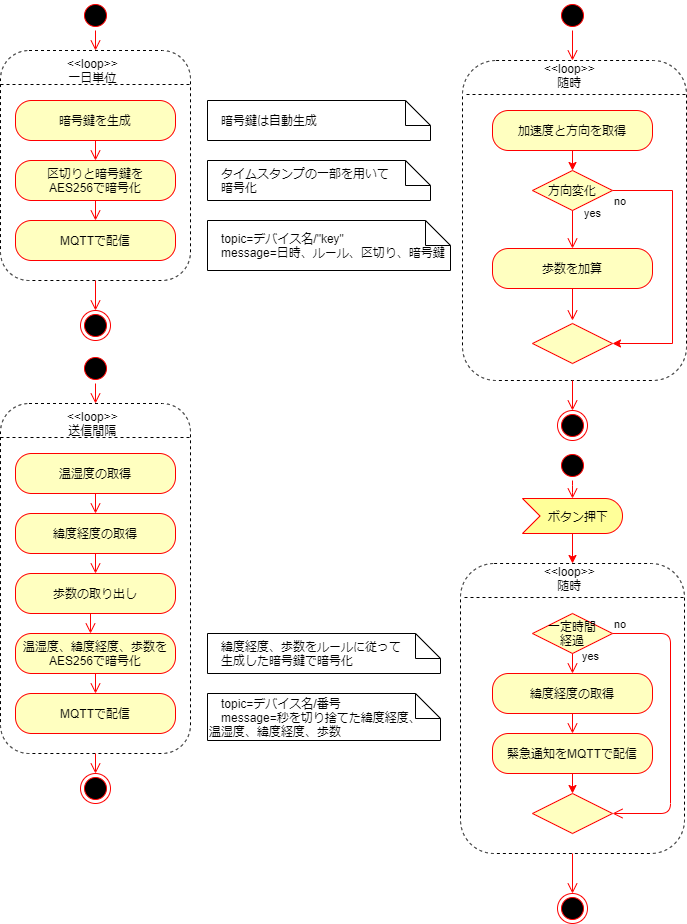
Above: GPSトラッカーアクティビティ.png in giangdolqa/GpsTrackerContactApp (draw.io), before the change. Source tidied: cells renumbered, new cells last; positions are measured from the earlier drawing's top-left corner, leaving out a move shared by most shapes.
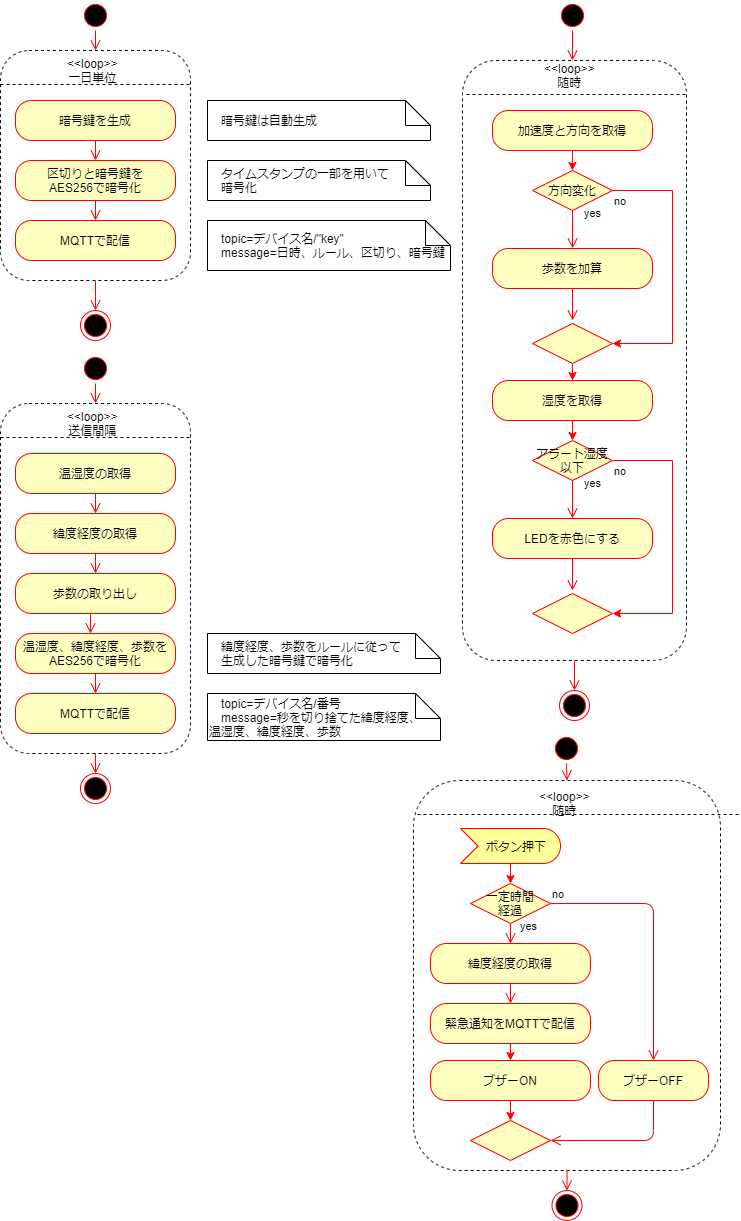
After the commit.

Diff of the diagram source:
```diff
@@ -3,10 +3,10 @@
     <mxCell id="0" />
     <mxCell id="1" parent="0" />
     <mxCell id="2" style="rounded=1;whiteSpace=wrap;html=1;labelBackgroundColor=none;fontColor=#FFFFFF;align=left;fillColor=none;dashed=1;" parent="1" vertex="1">
-      <mxGeometry x="460" y="563" width="224" height="290" as="geometry" />
+      <mxGeometry x="413" y="780" width="307" height="390" as="geometry" />
     </mxCell>
     <mxCell id="3" style="rounded=1;whiteSpace=wrap;html=1;labelBackgroundColor=none;fontColor=#FFFFFF;align=left;fillColor=none;dashed=1;" parent="1" vertex="1">
-      <mxGeometry x="462" y="60" width="224" height="320" as="geometry" />
+      <mxGeometry x="462" y="60" width="224" height="600" as="geometry" />
     </mxCell>
     <mxCell id="4" style="rounded=1;whiteSpace=wrap;html=1;labelBackgroundColor=none;fontColor=#FFFFFF;align=left;fillColor=none;dashed=1;" parent="1" vertex="1">
       <mxGeometry y="403" width="190" height="350" as="geometry" />
@@ -59,13 +59,8 @@
     <mxCell id="19" value="&lt;div style=&quot;text-align: center&quot;&gt;&amp;lt;&amp;lt;loop&amp;gt;&amp;gt;&lt;/div&gt;&lt;div style=&quot;text-align: center&quot;&gt;送信間隔&lt;/div&gt;" style="text;whiteSpace=wrap;html=1;fontColor=#000000;" parent="1" vertex="1">
       <mxGeometry x="65" y="403" width="60" height="30" as="geometry" />
     </mxCell>
-    <mxCell id="20" style="edgeStyle=orthogonalEdgeStyle;html=1;verticalAlign=bottom;endArrow=open;endSize=8;strokeColor=#ff0000;entryX=0.5;entryY=0;entryDx=0;entryDy=0;" parent="1" edge="1" target="24">
-      <mxGeometry relative="1" as="geometry">
-        <mxPoint x="572" y="380" as="sourcePoint" />
-        <Array as="points">
-          <mxPoint x="572" y="380" />
-        </Array>
-      </mxGeometry>
+    <mxCell id="20" style="html=1;verticalAlign=bottom;endArrow=open;endSize=8;strokeColor=#ff0000;entryX=0.5;entryY=0;entryDx=0;entryDy=0;exitX=0.5;exitY=1;exitDx=0;exitDy=0;" parent="1" edge="1" source="3" target="24">
+      <mxGeometry relative="1" as="geometry" />
     </mxCell>
     <mxCell id="21" style="edgeStyle=orthogonalEdgeStyle;rounded=0;jettySize=auto;html=1;exitX=1;exitY=0.5;exitDx=0;exitDy=0;strokeColor=#FF0000;fontColor=#000000;entryX=1;entryY=0.5;entryDx=0;entryDy=0;" parent="1" edge="1" source="37" target="39">
       <mxGeometry relative="1" as="geometry">
@@ -82,35 +77,30 @@
       <mxGeometry relative="1" as="geometry" />
     </mxCell>
     <mxCell id="24" style="ellipse;html=1;shape=endState;fillColor=#000000;strokeColor=#ff0000;labelBackgroundColor=none;fontColor=#FFFFFF;align=left;" parent="1" vertex="1">
-      <mxGeometry x="557" y="410" width="30" height="30" as="geometry" />
+      <mxGeometry x="559" y="690" width="30" height="30" as="geometry" />
     </mxCell>
     <mxCell id="25" style="ellipse;html=1;shape=startState;fillColor=#000000;strokeColor=#ff0000;" parent="1" vertex="1">
-      <mxGeometry x="557" y="450" width="30" height="30" as="geometry" />
+      <mxGeometry x="551" y="733" width="30" height="30" as="geometry" />
     </mxCell>
-    <mxCell id="26" style="edgeStyle=orthogonalEdgeStyle;html=1;verticalAlign=bottom;endArrow=open;endSize=8;strokeColor=#ff0000;exitX=0.5;exitY=1;exitDx=0;exitDy=0;" parent="1" edge="1" source="25" target="28">
+    <mxCell id="26" style="html=1;verticalAlign=bottom;endArrow=open;endSize=8;strokeColor=#ff0000;exitX=0.5;exitY=1;exitDx=0;exitDy=0;entryX=0.5;entryY=0;entryDx=0;entryDy=0;" parent="1" edge="1" source="25" target="2">
       <mxGeometry relative="1" as="geometry" />
     </mxCell>
-    <mxCell id="27" style="edgeStyle=orthogonalEdgeStyle;rounded=0;jettySize=auto;html=1;exitX=0;exitY=0;exitDx=41.25;exitDy=35;exitPerimeter=0;strokeColor=#FF0000;fontColor=#000000;entryX=0.5;entryY=0;entryDx=0;entryDy=0;" parent="1" edge="1" source="28" target="2">
-      <mxGeometry relative="1" as="geometry">
-        <Array as="points">
-          <mxPoint x="572" y="533" />
-        </Array>
-      </mxGeometry>
+    <mxCell id="27" style="rounded=0;jettySize=auto;html=1;strokeColor=#FF0000;fontColor=#000000;" parent="1" edge="1" source="28" target="30">
+      <mxGeometry relative="1" as="geometry" />
     </mxCell>
     <mxCell id="28" value="&lt;font color=&quot;#000000&quot;&gt;ボタン押下　&lt;/font&gt;" style="html=1;outlineConnect=0;whiteSpace=wrap;fillColor=#ffff99;shape=mxgraph.archimate3.event;align=right;strokeColor=#FF0000;" parent="1" vertex="1">
-      <mxGeometry x="522" y="498" width="100" height="35" as="geometry" />
+      <mxGeometry x="460" y="828" width="100" height="35" as="geometry" />
     </mxCell>
     <mxCell id="29" style="edgeStyle=orthogonalEdgeStyle;html=1;verticalAlign=bottom;endArrow=open;endSize=8;strokeColor=#ff0000;exitX=0.5;exitY=1;exitDx=0;exitDy=0;" parent="1" edge="1" source="46" target="48">
       <mxGeometry relative="1" as="geometry" />
     </mxCell>
     <mxCell id="30" value="一定時間&lt;br&gt;経過" style="rhombus;whiteSpace=wrap;html=1;fillColor=#ffffc0;strokeColor=#ff0000;align=center;fontColor=#000000;" parent="1" vertex="1">
-      <mxGeometry x="532" y="613" width="80" height="40" as="geometry" />
+      <mxGeometry x="470" y="883" width="80" height="40" as="geometry" />
     </mxCell>
-    <mxCell id="31" value="no" style="edgeStyle=orthogonalEdgeStyle;html=1;align=left;verticalAlign=bottom;endArrow=open;endSize=8;strokeColor=#ff0000;entryX=1;entryY=0.5;entryDx=0;entryDy=0;" parent="1" edge="1" source="30" target="49">
+    <mxCell id="31" value="no" style="edgeStyle=orthogonalEdgeStyle;html=1;align=left;verticalAlign=bottom;endArrow=open;endSize=8;strokeColor=#ff0000;entryX=0.5;entryY=0;entryDx=0;entryDy=0;" parent="1" edge="1" source="30" target="78">
       <mxGeometry x="-1" relative="1" as="geometry">
         <Array as="points">
-          <mxPoint x="670" y="633" />
-          <mxPoint x="670" y="813" />
+          <mxPoint x="653" y="903" />
         </Array>
       </mxGeometry>
     </mxCell>
@@ -140,6 +130,9 @@
         <mxPoint x="-4" y="-10" as="offset" />
       </mxGeometry>
     </mxCell>
+    <mxCell id="67" style="edgeStyle=none;rounded=0;jettySize=auto;html=1;exitX=0.5;exitY=1;exitDx=0;exitDy=0;entryX=0.5;entryY=0;entryDx=0;entryDy=0;strokeColor=#FF0000;" parent="1" edge="1" source="39" target="70">
+      <mxGeometry relative="1" as="geometry" />
+    </mxCell>
     <mxCell id="39" style="rhombus;whiteSpace=wrap;html=1;fillColor=#ffffc0;strokeColor=#ff0000;fontColor=#000000;" parent="1" vertex="1">
       <mxGeometry x="532" y="323" width="80" height="40" as="geometry" />
     </mxCell>
@@ -153,28 +146,30 @@
       </mxGeometry>
     </mxCell>
     <mxCell id="42" value="&lt;div style=&quot;text-align: center&quot;&gt;&amp;lt;&amp;lt;loop&amp;gt;&amp;gt;&lt;/div&gt;&lt;div style=&quot;text-align: center&quot;&gt;随時&lt;/div&gt;" style="text;whiteSpace=wrap;html=1;labelBackgroundColor=none;fontColor=#000000;verticalAlign=middle;" parent="1" vertex="1">
-      <mxGeometry x="542" y="563" width="60" height="30" as="geometry" />
+      <mxGeometry x="536.5" y="788" width="60" height="30" as="geometry" />
     </mxCell>
     <mxCell id="43" style="line;strokeWidth=1;fillColor=none;align=left;verticalAlign=middle;spacingTop=-1;spacingLeft=3;spacingRight=3;labelPosition=right;dashed=1;labelBackgroundColor=none;fontColor=#FFFFFF;" parent="1" vertex="1">
-      <mxGeometry x="464" y="593" width="220" height="8" as="geometry" />
+      <mxGeometry x="417" y="810" width="323" height="8" as="geometry" />
     </mxCell>
-    <mxCell id="44" style="edgeStyle=orthogonalEdgeStyle;html=1;verticalAlign=bottom;endArrow=open;endSize=8;strokeColor=#ff0000;entryX=0.5;entryY=0;entryDx=0;entryDy=0;" parent="1" edge="1" source="2" target="45">
+    <mxCell id="44" style="html=1;verticalAlign=bottom;endArrow=open;endSize=8;strokeColor=#ff0000;entryX=0.5;entryY=0;entryDx=0;entryDy=0;exitX=0.5;exitY=1;exitDx=0;exitDy=0;" parent="1" edge="1" source="2" target="45">
       <mxGeometry relative="1" as="geometry" />
     </mxCell>
     <mxCell id="45" style="ellipse;html=1;shape=endState;fillColor=#000000;strokeColor=#ff0000;labelBackgroundColor=none;fontColor=#FFFFFF;align=left;" parent="1" vertex="1">
-      <mxGeometry x="557" y="893" width="30" height="30" as="geometry" />
+      <mxGeometry x="551.5" y="1190" width="30" height="30" as="geometry" />
     </mxCell>
     <mxCell id="46" value="緯度経度の取得" style="rounded=1;whiteSpace=wrap;html=1;arcSize=40;fontColor=#000000;fillColor=#ffffc0;strokeColor=#ff0000;" parent="1" vertex="1">
-      <mxGeometry x="492" y="673" width="160" height="40" as="geometry" />
+      <mxGeometry x="430" y="943" width="160" height="40" as="geometry" />
     </mxCell>
-    <mxCell id="47" style="edgeStyle=orthogonalEdgeStyle;rounded=0;jettySize=auto;html=1;exitX=0.5;exitY=1;exitDx=0;exitDy=0;entryX=0.5;entryY=0;entryDx=0;entryDy=0;strokeColor=#FF0000;fontColor=#000000;" parent="1" edge="1" source="48" target="49">
-      <mxGeometry relative="1" as="geometry" />
+    <mxCell id="47" style="edgeStyle=orthogonalEdgeStyle;rounded=0;jettySize=auto;html=1;exitX=0.5;exitY=1;exitDx=0;exitDy=0;strokeColor=#FF0000;fontColor=#000000;" parent="1" edge="1" source="48">
+      <mxGeometry relative="1" as="geometry">
+        <mxPoint x="510" y="1060" as="targetPoint" />
+      </mxGeometry>
     </mxCell>
     <mxCell id="48" value="緊急通知をMQTTで配信" style="rounded=1;whiteSpace=wrap;html=1;arcSize=40;fontColor=#000000;fillColor=#ffffc0;strokeColor=#ff0000;" parent="1" vertex="1">
-      <mxGeometry x="492" y="733" width="160" height="40" as="geometry" />
+      <mxGeometry x="430" y="1003" width="160" height="40" as="geometry" />
     </mxCell>
     <mxCell id="49" style="rhombus;whiteSpace=wrap;html=1;fillColor=#ffffc0;strokeColor=#ff0000;fontColor=#000000;" parent="1" vertex="1">
-      <mxGeometry x="532" y="793" width="80" height="40" as="geometry" />
+      <mxGeometry x="470" y="1120" width="80" height="40" as="geometry" />
     </mxCell>
     <mxCell id="50" value="　topic=デバイス名/番号&lt;br&gt;　message=秒を切り捨てた緯度経度、&lt;br&gt;温湿度、緯度経度、歩数" style="shape=note2;boundedLbl=1;whiteSpace=wrap;html=1;size=25;verticalAlign=middle;align=left;labelBackgroundColor=none;fontColor=#000000;fillColor=none;" parent="1" vertex="1">
       <mxGeometry x="207" y="693" width="233" height="47" as="geometry" />
@@ -229,5 +224,52 @@
     <mxCell id="66" value="　タイムスタンプの一部を用いて&lt;br&gt;　暗号化" style="shape=note2;boundedLbl=1;whiteSpace=wrap;html=1;size=25;verticalAlign=middle;align=left;labelBackgroundColor=none;fontColor=#000000;fillColor=none;" parent="1" vertex="1">
       <mxGeometry x="207" y="160" width="223" height="40" as="geometry" />
     </mxCell>
+    <mxCell id="68" style="edgeStyle=orthogonalEdgeStyle;rounded=0;jettySize=auto;html=1;exitX=1;exitY=0.5;exitDx=0;exitDy=0;strokeColor=#FF0000;fontColor=#000000;entryX=1;entryY=0.5;entryDx=0;entryDy=0;" parent="1" edge="1" source="71" target="73">
+      <mxGeometry relative="1" as="geometry">
+        <Array as="points">
+          <mxPoint x="672" y="460" />
+          <mxPoint x="672" y="613" />
+        </Array>
+      </mxGeometry>
+    </mxCell>
+    <mxCell id="69" style="edgeStyle=orthogonalEdgeStyle;rounded=0;jettySize=auto;html=1;exitX=0.5;exitY=1;exitDx=0;exitDy=0;entryX=0.5;entryY=0;entryDx=0;entryDy=0;fontColor=#000000;strokeColor=#FF0000;" parent="1" edge="1" source="70" target="71">
+      <mxGeometry relative="1" as="geometry" />
+    </mxCell>
+    <mxCell id="70" value="湿度を取得" style="rounded=1;whiteSpace=wrap;html=1;arcSize=40;fontColor=#000000;fillColor=#ffffc0;strokeColor=#ff0000;" parent="1" vertex="1">
+      <mxGeometry x="492" y="380" width="160" height="40" as="geometry" />
+    </mxCell>
+    <mxCell id="71" value="アラート湿度以下" style="rhombus;whiteSpace=wrap;html=1;fillColor=#ffffc0;strokeColor=#ff0000;fontColor=#000000;" parent="1" vertex="1">
+      <mxGeometry x="532" y="440" width="80" height="40" as="geometry" />
+    </mxCell>
+    <mxCell id="72" value="yes" style="edgeStyle=orthogonalEdgeStyle;html=1;align=left;verticalAlign=top;endArrow=open;endSize=8;strokeColor=#ff0000;entryX=0.5;entryY=0;entryDx=0;entryDy=0;" parent="1" edge="1" target="74">
+      <mxGeometry x="-1" y="14" relative="1" as="geometry">
+        <mxPoint x="572" y="480" as="sourcePoint" />
+        <mxPoint x="-4" y="-10" as="offset" />
+      </mxGeometry>
+    </mxCell>
+    <mxCell id="73" style="rhombus;whiteSpace=wrap;html=1;fillColor=#ffffc0;strokeColor=#ff0000;fontColor=#000000;" parent="1" vertex="1">
+      <mxGeometry x="532" y="593" width="80" height="40" as="geometry" />
+    </mxCell>
+    <mxCell id="74" value="LEDを赤色にする" style="rounded=1;whiteSpace=wrap;html=1;arcSize=40;fontColor=#000000;fillColor=#ffffc0;strokeColor=#ff0000;" parent="1" vertex="1">
+      <mxGeometry x="492" y="518" width="160" height="40" as="geometry" />
+    </mxCell>
+    <mxCell id="75" value="no" style="edgeStyle=orthogonalEdgeStyle;html=1;align=left;verticalAlign=bottom;endArrow=open;endSize=8;strokeColor=#ff0000;exitX=0.5;exitY=1;exitDx=0;exitDy=0;" parent="1" edge="1" source="74">
+      <mxGeometry x="-1" y="88" relative="1" as="geometry">
+        <mxPoint x="572" y="590" as="targetPoint" />
+        <mxPoint x="-48" y="-78" as="offset" />
+      </mxGeometry>
+    </mxCell>
+    <mxCell id="76" style="edgeStyle=none;rounded=0;jettySize=auto;html=1;exitX=0.5;exitY=1;exitDx=0;exitDy=0;entryX=0.5;entryY=0;entryDx=0;entryDy=0;strokeColor=#FF0000;" parent="1" edge="1" source="77" target="49">
+      <mxGeometry relative="1" as="geometry" />
+    </mxCell>
+    <mxCell id="77" value="ブザーON" style="rounded=1;whiteSpace=wrap;html=1;arcSize=40;fontColor=#000000;fillColor=#ffffc0;strokeColor=#ff0000;" parent="1" vertex="1">
+      <mxGeometry x="430" y="1060" width="160" height="40" as="geometry" />
+    </mxCell>
+    <mxCell id="78" value="ブザーOFF" style="rounded=1;whiteSpace=wrap;html=1;arcSize=40;fontColor=#000000;fillColor=#ffffc0;strokeColor=#ff0000;" parent="1" vertex="1">
+      <mxGeometry x="598" y="1060" width="110" height="40" as="geometry" />
+    </mxCell>
+    <mxCell id="79" style="edgeStyle=orthogonalEdgeStyle;html=1;align=left;verticalAlign=bottom;endArrow=open;endSize=8;strokeColor=#ff0000;entryX=1;entryY=0.5;entryDx=0;entryDy=0;exitX=0.5;exitY=1;exitDx=0;exitDy=0;" parent="1" edge="1" source="78" target="49">
+      <mxGeometry x="-1" relative="1" as="geometry" />
+    </mxCell>
   </root>
 </mxGraphModel>
```
